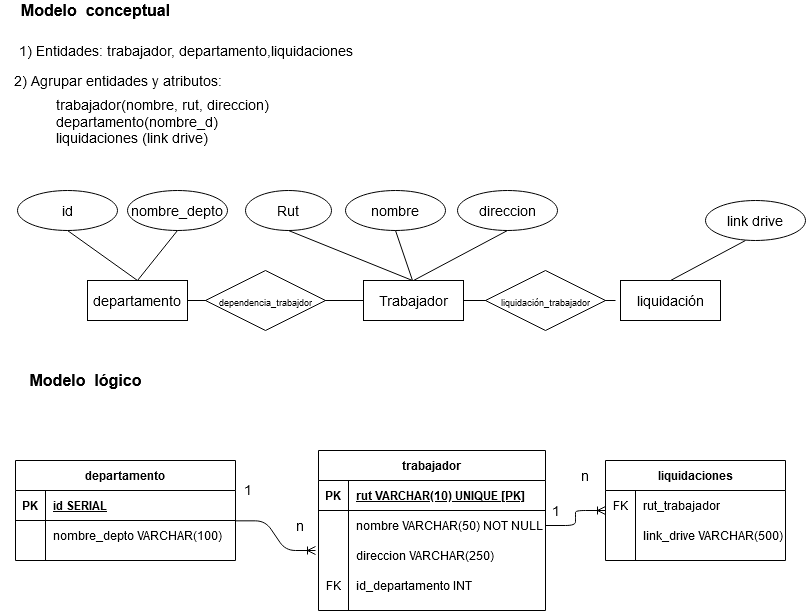
Above: Caso1_modelos.png in gilibethvega/modelamiento_de_datos (draw.io), before the change. Source tidied: cells renumbered, new cells last; positions are measured from the earlier drawing's top-left corner, leaving out a move shared by most shapes.
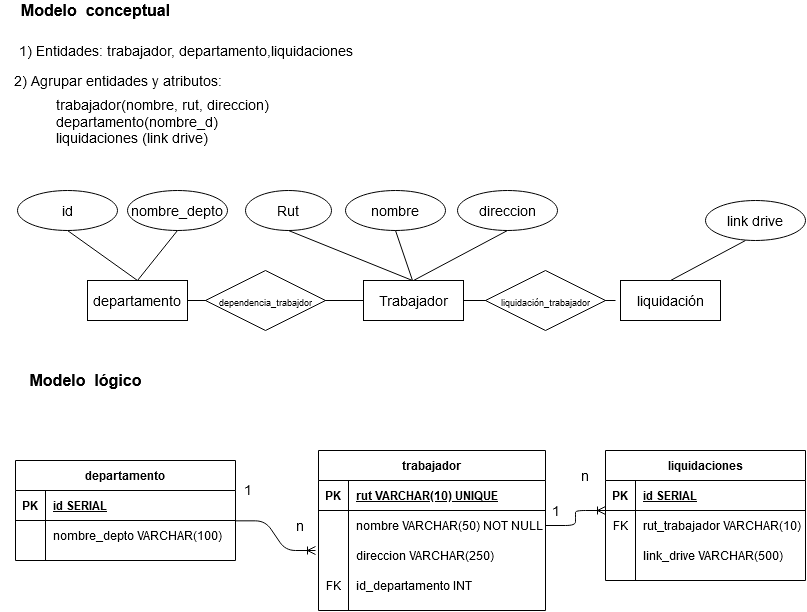
After the commit.

What changed in the source:
```diff
@@ -132,7 +132,7 @@
     <mxCell id="40" value="PK" style="shape=partialRectangle;fillColor=none;top=0;left=0;bottom=0;right=0;fontStyle=1;overflow=hidden;" parent="39" vertex="1">
       <mxGeometry width="30" height="30" as="geometry" />
     </mxCell>
-    <mxCell id="41" value="rut VARCHAR(10) UNIQUE [PK]" style="shape=partialRectangle;fillColor=none;top=0;left=0;bottom=0;right=0;align=left;spacingLeft=6;fontStyle=5;overflow=hidden;" parent="39" vertex="1">
+    <mxCell id="41" value="rut VARCHAR(10) UNIQUE" style="shape=partialRectangle;fillColor=none;top=0;left=0;bottom=0;right=0;align=left;spacingLeft=6;fontStyle=5;overflow=hidden;" parent="39" vertex="1">
       <mxGeometry x="30" width="197" height="30" as="geometry" />
     </mxCell>
     <mxCell id="42" style="shape=partialRectangle;fillColor=none;top=0;left=0;bottom=0;right=0;points=[[0,0.5],[1,0.5]];portConstraint=eastwest;" parent="38" vertex="1">
@@ -163,25 +163,34 @@
       <mxGeometry x="30" width="197" height="30" as="geometry" />
     </mxCell>
     <mxCell id="51" value="liquidaciones" style="shape=table;startSize=30;rowLines=0;fontStyle=1;align=center;" parent="1" vertex="1">
-      <mxGeometry x="605" y="460" width="180" height="100" as="geometry" />
+      <mxGeometry x="605" y="450" width="200" height="130" as="geometry" />
     </mxCell>
-    <mxCell id="52" style="shape=partialRectangle;fillColor=none;top=0;left=0;bottom=0;right=0;" parent="51" vertex="1">
-      <mxGeometry y="30" width="180" height="30" as="geometry" />
-    </mxCell>
+    <mxCell id="58" style="shape=partialRectangle;fillColor=none;top=0;left=0;bottom=1;right=0;" parent="51" vertex="1">
+      <mxGeometry y="30" width="200" height="30" as="geometry" />
+    </mxCell>
+    <mxCell id="59" value="PK" style="shape=partialRectangle;fillColor=none;top=0;left=0;bottom=0;right=0;fontStyle=1;overflow=hidden;" parent="58" vertex="1">
+      <mxGeometry width="30" height="30" as="geometry" />
+    </mxCell>
+    <mxCell id="60" value="id SERIAL" style="shape=partialRectangle;fillColor=none;top=0;left=0;bottom=0;right=0;align=left;spacingLeft=6;fontStyle=5;overflow=hidden;" parent="58" vertex="1">
+      <mxGeometry x="30" width="170" height="30" as="geometry" />
+    </mxCell>
+    <mxCell id="61" style="shape=partialRectangle;fillColor=none;top=0;left=0;bottom=0;right=0;" parent="51" vertex="1">
+      <mxGeometry y="60" width="200" height="30" as="geometry" />
+    </mxCell>
-    <mxCell id="53" value="FK" style="shape=partialRectangle;fillColor=none;top=0;left=0;bottom=0;right=0;fontStyle=0;overflow=hidden;" parent="52" vertex="1">
+    <mxCell id="53" value="FK" style="shape=partialRectangle;fillColor=none;top=0;left=0;bottom=0;right=0;fontStyle=0;overflow=hidden;" parent="61" vertex="1">
       <mxGeometry width="30" height="30" as="geometry" />
     </mxCell>
-    <mxCell id="54" value="rut_trabajador" style="shape=partialRectangle;fillColor=none;top=0;left=0;bottom=0;right=0;align=left;spacingLeft=6;fontStyle=0;overflow=hidden;" parent="52" vertex="1">
-      <mxGeometry x="30" width="150" height="30" as="geometry" />
-    </mxCell>
-    <mxCell id="55" style="shape=partialRectangle;fillColor=none;top=0;left=0;bottom=0;right=0;" parent="51" vertex="1">
-      <mxGeometry y="60" width="180" height="30" as="geometry" />
-    </mxCell>
+    <mxCell id="62" value="rut_trabajador VARCHAR(10)" style="shape=partialRectangle;fillColor=none;top=0;left=0;bottom=0;right=0;align=left;spacingLeft=6;fontStyle=0;overflow=hidden;" parent="61" vertex="1">
+      <mxGeometry x="30" width="170" height="30" as="geometry" />
+    </mxCell>
+    <mxCell id="63" style="shape=partialRectangle;fillColor=none;top=0;left=0;bottom=0;right=0;" parent="51" vertex="1">
+      <mxGeometry y="90" width="200" height="30" as="geometry" />
+    </mxCell>
-    <mxCell id="56" style="shape=partialRectangle;fillColor=none;top=0;left=0;bottom=0;right=0;overflow=hidden;" parent="55" vertex="1">
+    <mxCell id="56" style="shape=partialRectangle;fillColor=none;top=0;left=0;bottom=0;right=0;overflow=hidden;" parent="63" vertex="1">
       <mxGeometry width="30" height="30" as="geometry" />
     </mxCell>
-    <mxCell id="57" value="link_drive VARCHAR(500)" style="shape=partialRectangle;fillColor=none;top=0;left=0;bottom=0;right=0;align=left;spacingLeft=6;overflow=hidden;" parent="55" vertex="1">
-      <mxGeometry x="30" width="150" height="30" as="geometry" />
+    <mxCell id="57" value="link_drive VARCHAR(500)" style="shape=partialRectangle;fillColor=none;top=0;left=0;bottom=0;right=0;align=left;spacingLeft=6;overflow=hidden;" parent="63" vertex="1">
+      <mxGeometry x="30" width="170" height="30" as="geometry" />
     </mxCell>
   </root>
 </mxGraphModel>
```
